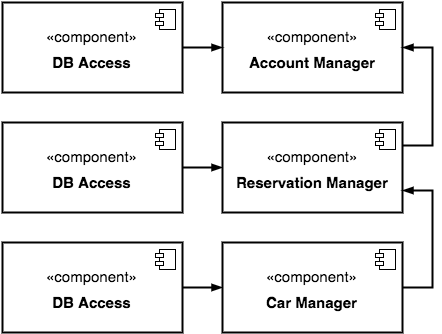
Above: ITPD/Images/RegisteredUserManagerSystem.png in isiagosti/SoftEng2_PowerEnJoy (draw.io), before the change. Source tidied: cells renumbered, new cells last; positions are measured from the earlier drawing's top-left corner, leaving out a move shared by most shapes. Source of this version:
```xml
<mxGraphModel>
  <root>
    <mxCell id="0" />
    <mxCell id="1" parent="0" />
    <mxCell id="2" style="edgeStyle=orthogonalEdgeStyle;rounded=0;comic=0;html=1;exitX=1;exitY=0.5;entryX=0;entryY=0.5;labelBackgroundColor=#FF0000;startArrow=none;startFill=0;startSize=6;endArrow=blockThin;endFill=1;endSize=6;jettySize=auto;strokeColor=#000000;strokeWidth=2;fontSize=22;fontColor=#000000;" parent="1" edge="1" source="3" target="5">
      <mxGeometry x="310" y="275" as="geometry" />
    </mxCell>
    <mxCell id="3" value="&lt;font style=&quot;font-size: 15px&quot;&gt;«component»&lt;br&gt;&lt;b&gt;DB Access&lt;/b&gt;&lt;/font&gt;" style="html=1;strokeColor=#000000;strokeWidth=2;fillColor=#FFFFFF;fontSize=22;fontColor=#000000;align=center;" parent="1" vertex="1">
      <mxGeometry width="180" height="90" as="geometry" />
    </mxCell>
    <mxCell id="4" style="shape=component;jettyWidth=8;jettyHeight=4;" parent="3" vertex="1">
      <mxGeometry x="1" width="20" height="20" relative="1" as="geometry">
        <mxPoint x="-27" y="7" as="offset" />
      </mxGeometry>
    </mxCell>
    <mxCell id="5" value="&lt;font style=&quot;font-size: 15px&quot;&gt;«component»&lt;br&gt;&lt;b&gt;Account&amp;nbsp;&lt;/b&gt;&lt;/font&gt;&lt;b style=&quot;font-size: 15px&quot;&gt;Manager&lt;/b&gt;" style="html=1;strokeColor=#000000;strokeWidth=2;fillColor=#FFFFFF;fontSize=22;fontColor=#000000;align=center;" parent="1" vertex="1">
      <mxGeometry x="220" width="180" height="90" as="geometry" />
    </mxCell>
    <mxCell id="6" style="shape=component;jettyWidth=8;jettyHeight=4;" parent="5" vertex="1">
      <mxGeometry x="1" width="20" height="20" relative="1" as="geometry">
        <mxPoint x="-27" y="7" as="offset" />
      </mxGeometry>
    </mxCell>
    <mxCell id="7" style="edgeStyle=orthogonalEdgeStyle;rounded=0;comic=0;html=1;exitX=1;exitY=0.5;entryX=0;entryY=0.5;labelBackgroundColor=#FF0000;startArrow=none;startFill=0;startSize=6;endArrow=blockThin;endFill=1;endSize=6;jettySize=auto;strokeColor=#000000;strokeWidth=2;fontSize=22;fontColor=#000000;" parent="1" edge="1" source="8" target="10">
      <mxGeometry x="310" y="395" as="geometry" />
    </mxCell>
    <mxCell id="8" value="&lt;font style=&quot;font-size: 15px&quot;&gt;«component»&lt;br&gt;&lt;b&gt;DB Access&lt;/b&gt;&lt;/font&gt;" style="html=1;strokeColor=#000000;strokeWidth=2;fillColor=#FFFFFF;fontSize=22;fontColor=#000000;align=center;" parent="1" vertex="1">
      <mxGeometry y="120" width="180" height="90" as="geometry" />
    </mxCell>
    <mxCell id="9" style="shape=component;jettyWidth=8;jettyHeight=4;" parent="8" vertex="1">
      <mxGeometry x="1" width="20" height="20" relative="1" as="geometry">
        <mxPoint x="-27" y="7" as="offset" />
      </mxGeometry>
    </mxCell>
    <mxCell id="10" value="&lt;font style=&quot;font-size: 15px&quot;&gt;«component»&lt;br&gt;&lt;b&gt;Reservation&amp;nbsp;&lt;/b&gt;&lt;/font&gt;&lt;b style=&quot;font-size: 15px&quot;&gt;Manager&lt;/b&gt;" style="html=1;strokeColor=#000000;strokeWidth=2;fillColor=#FFFFFF;fontSize=22;fontColor=#000000;align=center;" parent="1" vertex="1">
      <mxGeometry x="220" y="120" width="180" height="90" as="geometry" />
    </mxCell>
    <mxCell id="11" style="shape=component;jettyWidth=8;jettyHeight=4;" parent="10" vertex="1">
      <mxGeometry x="1" width="20" height="20" relative="1" as="geometry">
        <mxPoint x="-27" y="7" as="offset" />
      </mxGeometry>
    </mxCell>
    <mxCell id="12" style="edgeStyle=orthogonalEdgeStyle;rounded=0;comic=0;html=1;exitX=1;exitY=0.25;entryX=1;entryY=0.5;labelBackgroundColor=#FF0000;startArrow=none;startFill=0;startSize=6;endArrow=blockThin;endFill=1;endSize=6;jettySize=auto;strokeColor=#000000;strokeWidth=2;fontSize=22;fontColor=#000000;" parent="1" edge="1" source="10" target="5">
      <mxGeometry relative="1" as="geometry">
        <Array as="points">
          <mxPoint x="430" y="143" />
          <mxPoint x="430" y="45" />
        </Array>
      </mxGeometry>
    </mxCell>
    <mxCell id="13" style="edgeStyle=orthogonalEdgeStyle;rounded=0;comic=0;html=1;exitX=1;exitY=0.5;entryX=0;entryY=0.5;labelBackgroundColor=#FF0000;startArrow=none;startFill=0;startSize=6;endArrow=blockThin;endFill=1;endSize=6;jettySize=auto;strokeColor=#000000;strokeWidth=2;fontSize=22;fontColor=#000000;" parent="1" edge="1" source="14" target="17">
      <mxGeometry x="310" y="515" as="geometry" />
    </mxCell>
    <mxCell id="14" value="&lt;font style=&quot;font-size: 15px&quot;&gt;«component»&lt;br&gt;&lt;b&gt;DB Access&lt;/b&gt;&lt;/font&gt;" style="html=1;strokeColor=#000000;strokeWidth=2;fillColor=#FFFFFF;fontSize=22;fontColor=#000000;align=center;" parent="1" vertex="1">
      <mxGeometry y="240" width="180" height="90" as="geometry" />
    </mxCell>
    <mxCell id="15" style="shape=component;jettyWidth=8;jettyHeight=4;" parent="14" vertex="1">
      <mxGeometry x="1" width="20" height="20" relative="1" as="geometry">
        <mxPoint x="-27" y="7" as="offset" />
      </mxGeometry>
    </mxCell>
    <mxCell id="16" style="edgeStyle=orthogonalEdgeStyle;rounded=0;comic=0;html=1;exitX=1;exitY=0.5;entryX=1;entryY=0.75;labelBackgroundColor=#FF0000;startArrow=none;startFill=0;startSize=6;endArrow=blockThin;endFill=1;endSize=6;jettySize=auto;strokeColor=#000000;strokeWidth=2;fontSize=22;fontColor=#000000;" parent="1" edge="1" source="17" target="10">
      <mxGeometry relative="1" as="geometry">
        <Array as="points">
          <mxPoint x="430" y="285" />
          <mxPoint x="430" y="188" />
        </Array>
      </mxGeometry>
    </mxCell>
    <mxCell id="17" value="&lt;font style=&quot;font-size: 15px&quot;&gt;«component»&lt;br&gt;&lt;b&gt;Car&amp;nbsp;&lt;/b&gt;&lt;/font&gt;&lt;b style=&quot;font-size: 15px&quot;&gt;Manager&lt;/b&gt;" style="html=1;strokeColor=#000000;strokeWidth=2;fillColor=#FFFFFF;fontSize=22;fontColor=#000000;align=center;" parent="1" vertex="1">
      <mxGeometry x="220" y="240" width="180" height="90" as="geometry" />
    </mxCell>
    <mxCell id="18" style="shape=component;jettyWidth=8;jettyHeight=4;" parent="17" vertex="1">
      <mxGeometry x="1" width="20" height="20" relative="1" as="geometry">
        <mxPoint x="-27" y="7" as="offset" />
      </mxGeometry>
    </mxCell>
  </root>
</mxGraphModel>
```
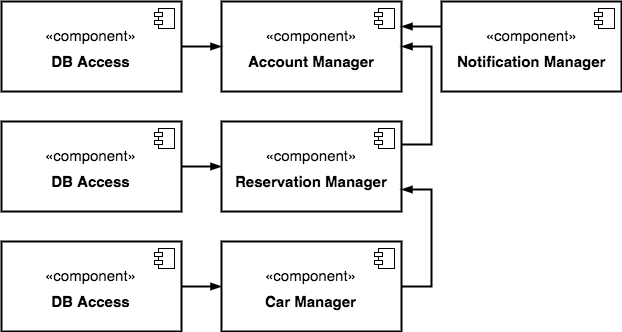
Above is the later version.

What changed in the source:
```diff
@@ -59,14 +59,6 @@
         <mxPoint x="-27" y="7" as="offset" />
       </mxGeometry>
     </mxCell>
-    <mxCell id="16" style="edgeStyle=orthogonalEdgeStyle;rounded=0;comic=0;html=1;exitX=1;exitY=0.5;entryX=1;entryY=0.75;labelBackgroundColor=#FF0000;startArrow=none;startFill=0;startSize=6;endArrow=blockThin;endFill=1;endSize=6;jettySize=auto;strokeColor=#000000;strokeWidth=2;fontSize=22;fontColor=#000000;" parent="1" edge="1" source="17" target="10">
-      <mxGeometry relative="1" as="geometry">
-        <Array as="points">
-          <mxPoint x="430" y="285" />
-          <mxPoint x="430" y="188" />
-        </Array>
-      </mxGeometry>
-    </mxCell>
     <mxCell id="17" value="&lt;font style=&quot;font-size: 15px&quot;&gt;«component»&lt;br&gt;&lt;b&gt;Car&amp;nbsp;&lt;/b&gt;&lt;/font&gt;&lt;b style=&quot;font-size: 15px&quot;&gt;Manager&lt;/b&gt;" style="html=1;strokeColor=#000000;strokeWidth=2;fillColor=#FFFFFF;fontSize=22;fontColor=#000000;align=center;" parent="1" vertex="1">
       <mxGeometry x="220" y="240" width="180" height="90" as="geometry" />
     </mxCell>
@@ -75,5 +67,27 @@
         <mxPoint x="-27" y="7" as="offset" />
       </mxGeometry>
     </mxCell>
+    <mxCell id="16" style="edgeStyle=orthogonalEdgeStyle;rounded=0;comic=0;html=1;exitX=1;exitY=0.5;entryX=1;entryY=0.75;labelBackgroundColor=#FF0000;startArrow=none;startFill=0;startSize=6;endArrow=blockThin;endFill=1;endSize=6;jettySize=auto;strokeColor=#000000;strokeWidth=2;fontSize=22;fontColor=#000000;" parent="1" edge="1" source="17" target="10">
+      <mxGeometry relative="1" as="geometry">
+        <Array as="points">
+          <mxPoint x="430" y="285" />
+          <mxPoint x="430" y="188" />
+        </Array>
+      </mxGeometry>
+    </mxCell>
+    <mxCell id="19" value="&lt;font style=&quot;font-size: 15px&quot;&gt;«component»&lt;br&gt;&lt;b&gt;Notification&amp;nbsp;&lt;/b&gt;&lt;/font&gt;&lt;b style=&quot;font-size: 15px&quot;&gt;Manager&lt;/b&gt;" style="html=1;strokeColor=#000000;strokeWidth=2;fillColor=#FFFFFF;fontSize=22;fontColor=#000000;align=center;" parent="1" vertex="1">
+      <mxGeometry x="440" width="180" height="90" as="geometry" />
+    </mxCell>
+    <mxCell id="20" style="shape=component;jettyWidth=8;jettyHeight=4;" parent="19" vertex="1">
+      <mxGeometry x="1" width="20" height="20" relative="1" as="geometry">
+        <mxPoint x="-27" y="7" as="offset" />
+      </mxGeometry>
+    </mxCell>
+    <mxCell id="21" style="edgeStyle=orthogonalEdgeStyle;rounded=0;comic=0;html=1;exitX=0;exitY=0.5;entryX=1;entryY=0.5;labelBackgroundColor=#FF0000;startArrow=none;startFill=0;startSize=6;endArrow=blockThin;endFill=1;endSize=6;jettySize=auto;orthogonalLoop=1;strokeColor=#000000;strokeWidth=2;fontSize=22;fontColor=#000000;" parent="1" edge="1">
+      <mxGeometry x="580" y="255" as="geometry">
+        <mxPoint x="440" y="25" as="sourcePoint" />
+        <mxPoint x="400" y="25" as="targetPoint" />
+      </mxGeometry>
+    </mxCell>
   </root>
 </mxGraphModel>
```
